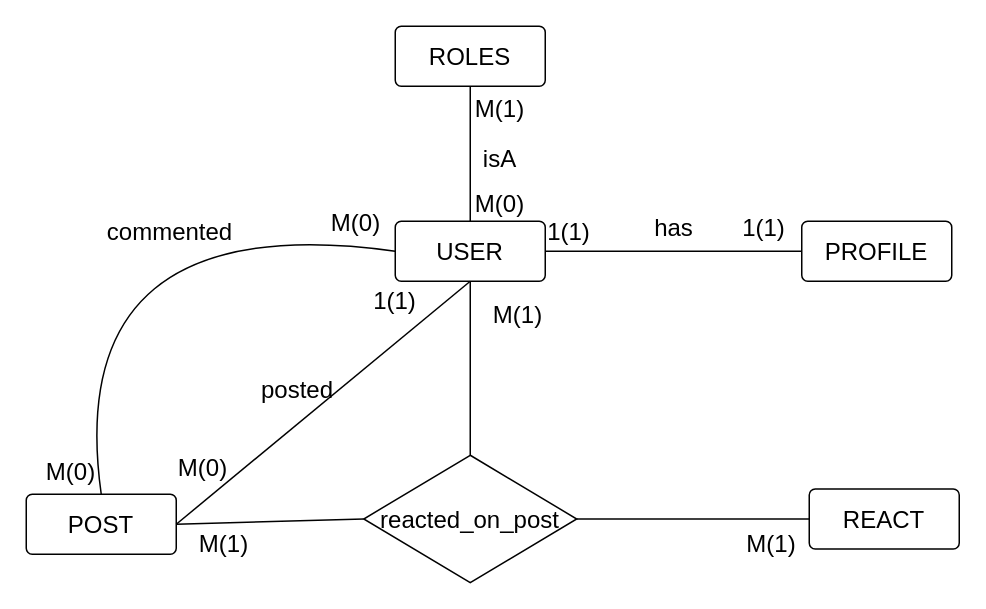
The draw.io diagram page "E/R Diagram" (1 of 2) of Final Project/Diagrama aspnet .drawio in Matoka26/ASP.NET, before the edit. Source tidied: cells renumbered, new cells numbered last; positions are measured from the earlier drawing's top-left corner, leaving out a move shared by most shapes. Both pictures are drawn from the tidied source at 150%, with x=0, y=0 at pixel (26, 26).
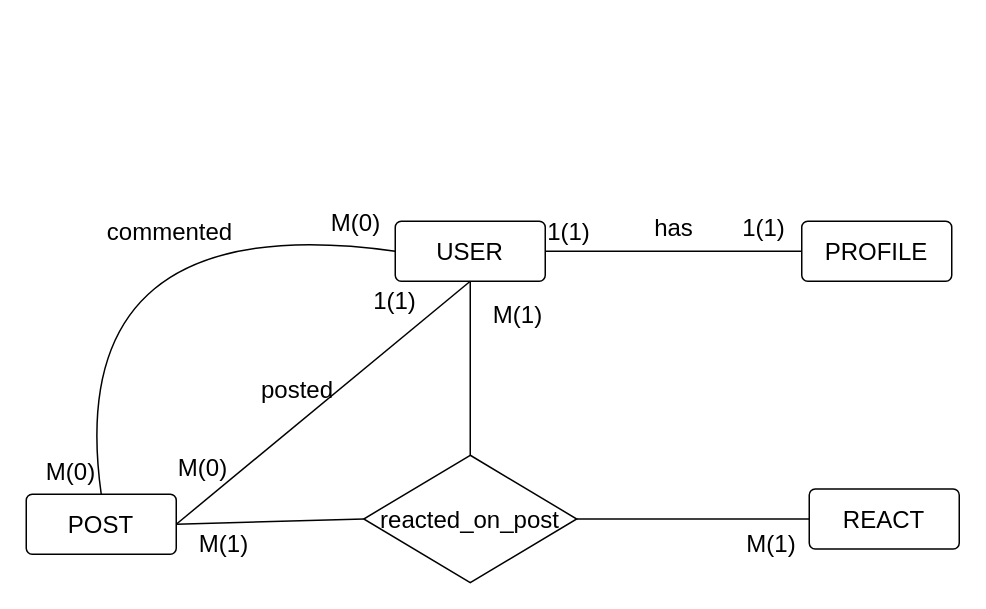
The same diagram, later.

Unchanged cells that the change refers to:
```xml
<mxCell id="2" value="USER" style="rounded=1;arcSize=10;whiteSpace=wrap;html=1;align=center;fontSize=16;" parent="1" vertex="1">
  <mxGeometry x="246" y="130" width="100" height="40" as="geometry" />
</mxCell>
```

Diff of the diagram source:
```diff
@@
-    <mxCell id="25" style="endArrow=none;html=1;rounded=0;fontSize=12;startSize=8;endSize=8;curved=1;exitX=0.5;exitY=0;exitDx=0;exitDy=0;entryX=0.5;entryY=1;entryDx=0;entryDy=0;" parent="1" edge="1" source="2" target="26">
-      <mxGeometry relative="1" as="geometry" />
-    </mxCell>
-    <mxCell id="26" value="ROLES" style="rounded=1;arcSize=10;whiteSpace=wrap;html=1;align=center;fontSize=16;" parent="1" vertex="1">
-      <mxGeometry x="246" width="100" height="40" as="geometry" />
-    </mxCell>
-    <mxCell id="27" value="isA" style="text;html=1;strokeColor=none;fillColor=none;align=center;verticalAlign=middle;whiteSpace=wrap;rounded=0;fontSize=16;" parent="1" vertex="1">
-      <mxGeometry x="286" y="73" width="60" height="30" as="geometry" />
-    </mxCell>
-    <mxCell id="28" value="M(0)" style="text;html=1;strokeColor=none;fillColor=none;align=center;verticalAlign=middle;whiteSpace=wrap;rounded=0;fontSize=16;" parent="1" vertex="1">
-      <mxGeometry x="286" y="103" width="60" height="30" as="geometry" />
-    </mxCell>
-    <mxCell id="29" value="M(1)" style="text;html=1;strokeColor=none;fillColor=none;align=center;verticalAlign=middle;whiteSpace=wrap;rounded=0;fontSize=16;" parent="1" vertex="1">
-      <mxGeometry x="286" y="40" width="60" height="30" as="geometry" />
-    </mxCell>
```
